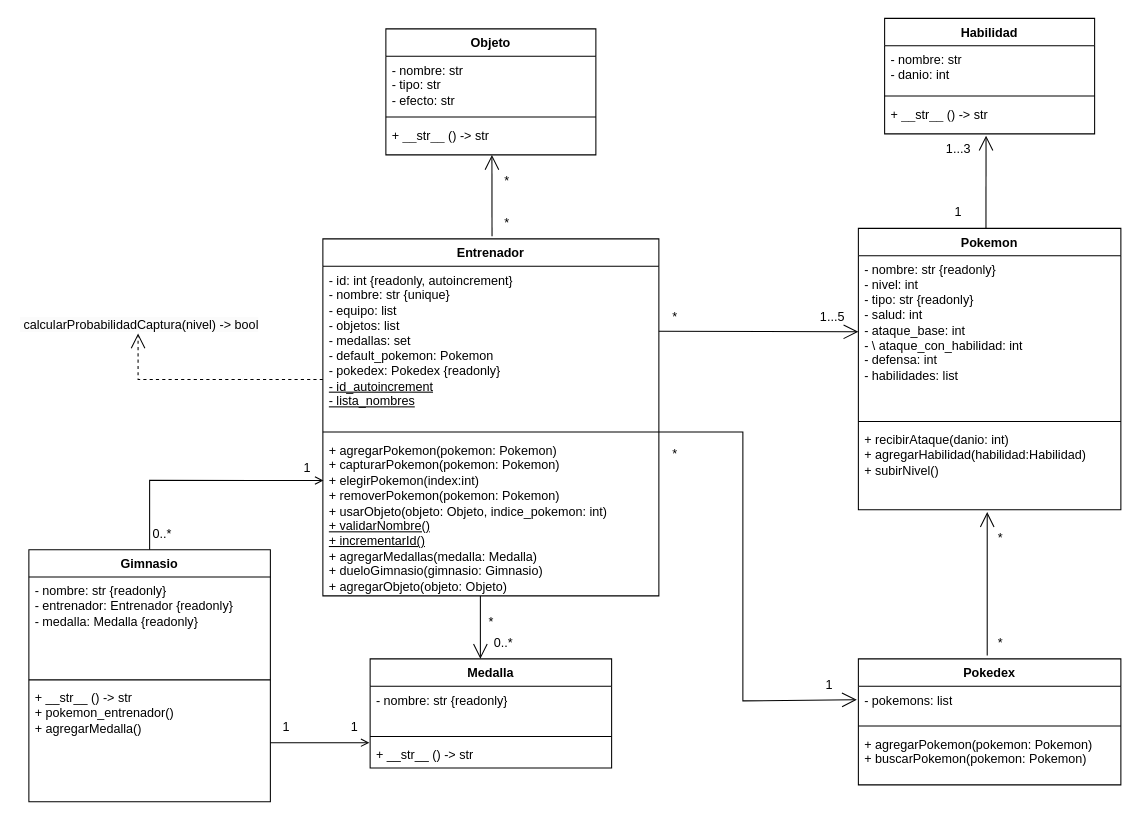
The draw.io diagram pokemon.drawio in MarucoMass/tp-integrador-P2-Massonnat-Martin-Palena, before the edit. Source tidied: cells renumbered, new cells numbered last; positions are measured from the earlier drawing's top-left corner, leaving out a move shared by most shapes. Both pictures are drawn from the tidied source at 105%, with x=0, y=0 at pixel (18, 18).
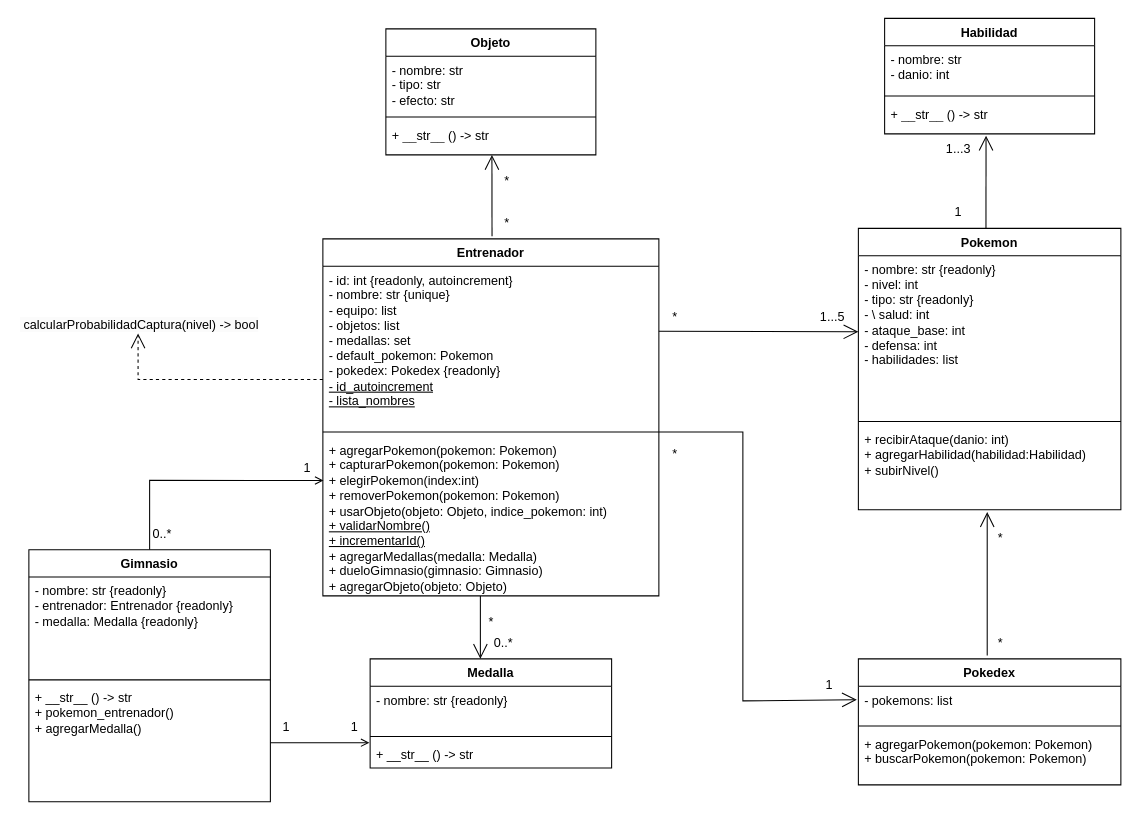
The same diagram, later.

The change refers to these unchanged cells:
```xml
<mxCell id="6" value="Pokemon" style="swimlane;fontStyle=1;align=center;verticalAlign=top;horizontal=1;startSize=26;whiteSpace=wrap;html=1;" parent="1" vertex="1">
  <mxGeometry x="800" y="200" width="250" height="268" as="geometry" />
</mxCell>
```

What changed in the source:
```diff
@@
-    <mxCell id="7" value="- nombre: str {readonly}&lt;div&gt;- nivel: int&lt;/div&gt;&lt;div&gt;- tipo: str {readonly}&lt;/div&gt;&lt;div&gt;- salud: int&lt;/div&gt;&lt;div&gt;- ataque_base: int&lt;/div&gt;&lt;div&gt;- \ ataque_con_habilidad: int&lt;/div&gt;&lt;div&gt;- defensa: int&lt;/div&gt;&lt;div&gt;- habilidades: list&lt;/div&gt;&lt;div&gt;&lt;br&gt;&lt;/div&gt;" style="text;strokeColor=none;fillColor=none;align=left;verticalAlign=top;spacingLeft=4;spacingRight=4;overflow=hidden;points=[[0,0.5],[1,0.5]];portConstraint=eastwest;whiteSpace=wrap;html=1;" parent="6" vertex="1">
+    <mxCell id="7" value="- nombre: str {readonly}&lt;div&gt;- nivel: int&lt;/div&gt;&lt;div&gt;- tipo: str {readonly}&lt;/div&gt;&lt;div&gt;- \ salud: int&lt;/div&gt;&lt;div&gt;- ataque_base: int&lt;/div&gt;&lt;div&gt;- defensa: int&lt;/div&gt;&lt;div&gt;- habilidades: list&lt;/div&gt;&lt;div&gt;&lt;br&gt;&lt;/div&gt;" style="text;strokeColor=none;fillColor=none;align=left;verticalAlign=top;spacingLeft=4;spacingRight=4;overflow=hidden;points=[[0,0.5],[1,0.5]];portConstraint=eastwest;whiteSpace=wrap;html=1;" parent="6" vertex="1">
       <mxGeometry y="26" width="250" height="154" as="geometry" />
     </mxCell>
```
